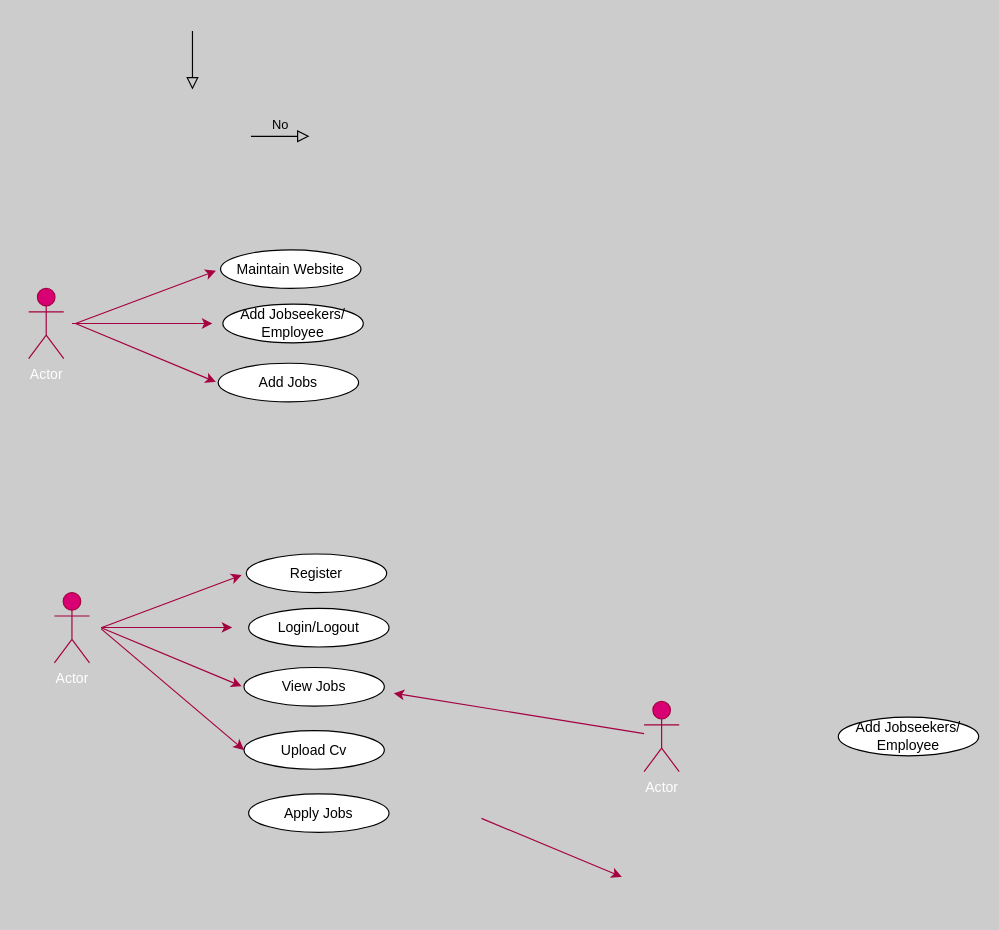
Before: sql_file/Untitled Diagram.drawio in narasimha-soora/automatic_feedback, a draw.io diagram. Source tidied: cells renumbered, new cells numbered last; positions are measured from the earlier drawing's top-left corner, leaving out a move shared by most shapes. Both pictures are drawn from the tidied source at 117%, with x=0, y=0 at pixel (28, 30).
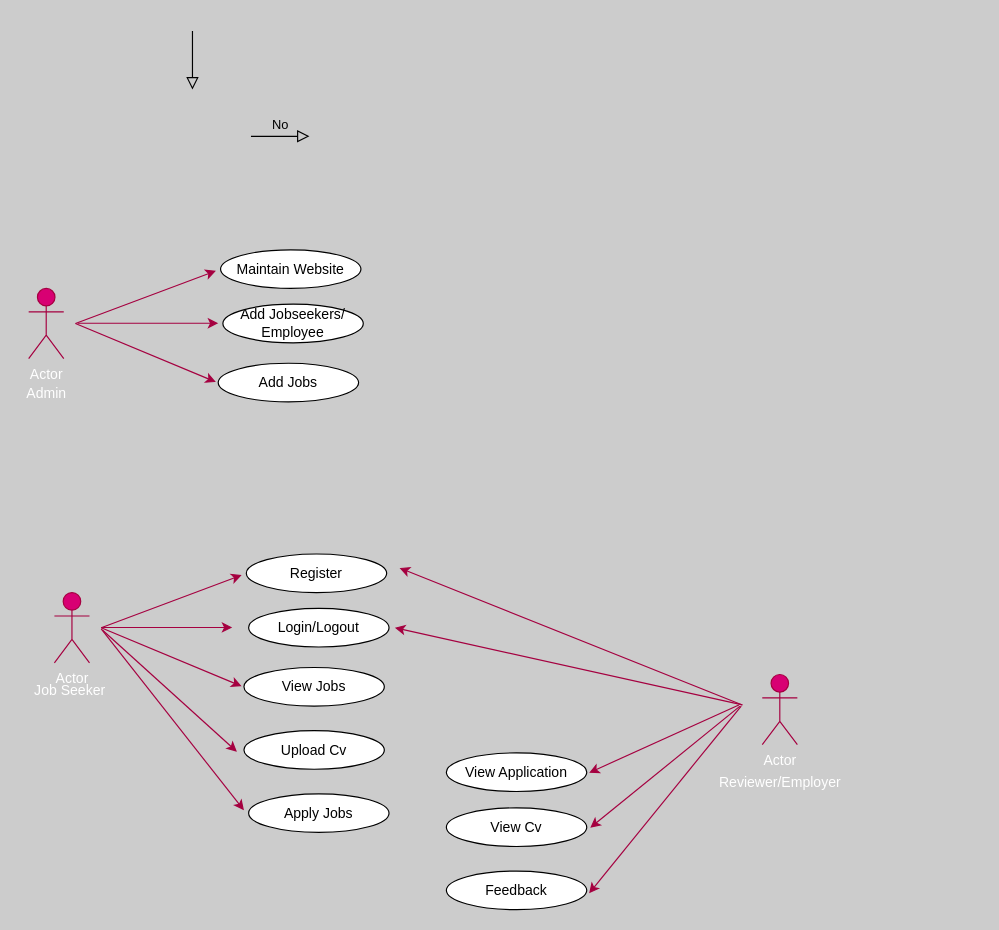
After the change.

Commit message:
Class Diagram

The change refers to these unchanged cells:
```xml
<mxCell id="22" value="Upload Cv" style="ellipse;whiteSpace=wrap;html=1;" parent="1" vertex="1">
  <mxGeometry x="184" y="598" width="120" height="33" as="geometry" />
</mxCell>
```

Change to the diagram source:
```diff
@@
     <mxCell id="6" style="endArrow=classic;html=1;fillColor=#d80073;strokeColor=#A50040;" parent="1" edge="1">
       <mxGeometry relative="1" as="geometry">
-        <mxPoint x="37" y="250" as="sourcePoint" />
-        <mxPoint x="157" y="250" as="targetPoint" />
+        <mxPoint x="42" y="249.8" as="sourcePoint" />
+        <mxPoint x="162" y="249.8" as="targetPoint" />
         <Array as="points">
-          <mxPoint x="89" y="250" />
+          <mxPoint x="94" y="249.8" />
         </Array>
       </mxGeometry>
     </mxCell>
@@
     <mxCell id="18" value="Actor" style="shape=umlActor;verticalLabelPosition=bottom;verticalAlign=top;html=1;outlineConnect=0;fillColor=#d80073;strokeColor=#A50040;fontColor=#ffffff;" parent="1" vertex="1">
-      <mxGeometry x="526" y="573" width="30" height="60" as="geometry" />
+      <mxGeometry x="627" y="550" width="30" height="60" as="geometry" />
     </mxCell>
-    <mxCell id="19" style="endArrow=classic;html=1;fillColor=#d80073;strokeColor=#A50040;" parent="1" edge="1" source="18">
+    <mxCell id="19" style="endArrow=classic;html=1;fillColor=#d80073;strokeColor=#A50040;" parent="1" edge="1">
       <mxGeometry relative="1" as="geometry">
-        <mxPoint x="312" y="566" as="targetPoint" />
+        <mxPoint x="610" y="576" as="sourcePoint" />
+        <mxPoint x="317" y="459" as="targetPoint" />
       </mxGeometry>
     </mxCell>
-    <mxCell id="20" style="endArrow=classic;html=1;fillColor=#d80073;strokeColor=#A50040;entryX=0;entryY=0.5;entryDx=0;entryDy=0;" parent="1" edge="1" target="22">
+    <mxCell id="20" style="endArrow=classic;html=1;fillColor=#d80073;strokeColor=#A50040;" parent="1" edge="1">
       <mxGeometry relative="1" as="geometry">
-        <mxPoint x="62" y="511" as="sourcePoint" />
+        <mxPoint x="63" y="512" as="sourcePoint" />
+        <mxPoint x="178" y="616" as="targetPoint" />
       </mxGeometry>
     </mxCell>
     <mxCell id="21" style="endArrow=classic;html=1;fillColor=#d80073;strokeColor=#A50040;" parent="1" edge="1">
       <mxGeometry relative="1" as="geometry">
-        <mxPoint x="387" y="673" as="sourcePoint" />
-        <mxPoint x="507" y="723" as="targetPoint" />
+        <mxPoint x="610" y="576" as="sourcePoint" />
+        <mxPoint x="313" y="510" as="targetPoint" />
       </mxGeometry>
     </mxCell>
@@
-    <mxCell id="23" value="Add Jobseekers/ Employee" style="ellipse;whiteSpace=wrap;html=1;" parent="1" vertex="1">
-      <mxGeometry x="692" y="586.5" width="120" height="33" as="geometry" />
+    <mxCell id="23" value="Feedback" style="ellipse;whiteSpace=wrap;html=1;" parent="1" vertex="1">
+      <mxGeometry x="357" y="718" width="120" height="33" as="geometry" />
     </mxCell>
@@
+    <mxCell id="25" value="View Application" style="ellipse;whiteSpace=wrap;html=1;" parent="1" vertex="1">
+      <mxGeometry x="357" y="617" width="120" height="33" as="geometry" />
+    </mxCell>
+    <mxCell id="26" value="View Cv" style="ellipse;whiteSpace=wrap;html=1;" parent="1" vertex="1">
+      <mxGeometry x="357" y="664" width="120" height="33" as="geometry" />
+    </mxCell>
+    <mxCell id="27" value="&lt;font color=&quot;#ffffff&quot;&gt;Reviewer/Employer&lt;/font&gt;" style="text;html=1;align=center;verticalAlign=middle;strokeColor=none;" parent="1" vertex="1">
+      <mxGeometry x="585" y="634" width="114" height="18" as="geometry" />
+    </mxCell>
+    <mxCell id="28" style="endArrow=classic;html=1;fillColor=#d80073;strokeColor=#A50040;" parent="1" edge="1">
+      <mxGeometry relative="1" as="geometry">
+        <mxPoint x="609" y="577" as="sourcePoint" />
+        <mxPoint x="479" y="737" as="targetPoint" />
+      </mxGeometry>
+    </mxCell>
+    <mxCell id="29" style="endArrow=classic;html=1;fillColor=#d80073;strokeColor=#A50040;" parent="1" edge="1">
+      <mxGeometry relative="1" as="geometry">
+        <mxPoint x="608" y="577" as="sourcePoint" />
+        <mxPoint x="480" y="681" as="targetPoint" />
+      </mxGeometry>
+    </mxCell>
+    <mxCell id="30" style="endArrow=classic;html=1;fillColor=#d80073;strokeColor=#A50040;" parent="1" edge="1">
+      <mxGeometry relative="1" as="geometry">
+        <mxPoint x="607" y="576" as="sourcePoint" />
+        <mxPoint x="479" y="634" as="targetPoint" />
+      </mxGeometry>
+    </mxCell>
+    <mxCell id="31" value="&lt;font color=&quot;#ffffff&quot;&gt;Job Seeker&lt;/font&gt;" style="text;html=1;align=center;verticalAlign=middle;strokeColor=none;" parent="1" vertex="1">
+      <mxGeometry x="-1" y="555" width="71" height="18" as="geometry" />
+    </mxCell>
+    <mxCell id="32" value="&lt;font color=&quot;#ffffff&quot;&gt;Admin&lt;/font&gt;" style="text;html=1;align=center;verticalAlign=middle;strokeColor=none;" parent="1" vertex="1">
+      <mxGeometry x="-7" y="301" width="44" height="18" as="geometry" />
+    </mxCell>
+    <mxCell id="33" style="endArrow=classic;html=1;fillColor=#d80073;strokeColor=#A50040;" parent="1" edge="1">
+      <mxGeometry relative="1" as="geometry">
+        <mxPoint x="62" y="511" as="sourcePoint" />
+        <mxPoint x="184" y="666" as="targetPoint" />
+      </mxGeometry>
+    </mxCell>
```
